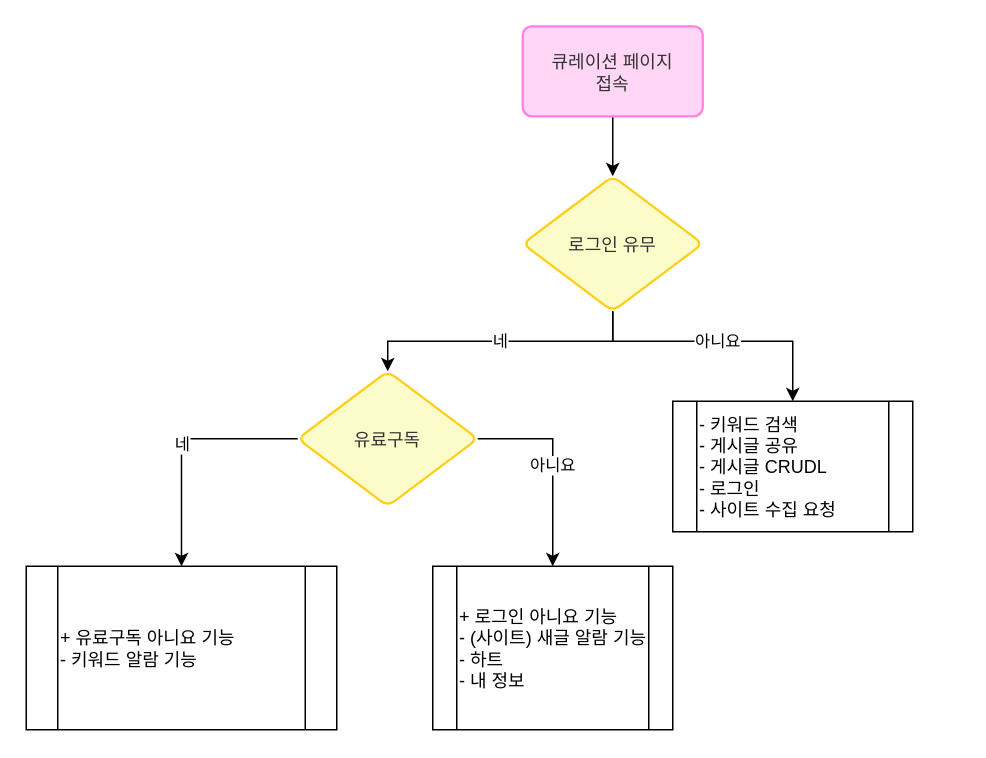
The draw.io diagram page "큐레이션 기능정리" (3 of 3) of famtap-flowchart.drawio in quroom/diagram, before the edit. Source tidied: cells renumbered, new cells numbered last; positions are measured from the earlier drawing's top-left corner, leaving out a move shared by most shapes. Both pictures are drawn from the tidied source at 150%, with x=0, y=0 at pixel (26, 26).
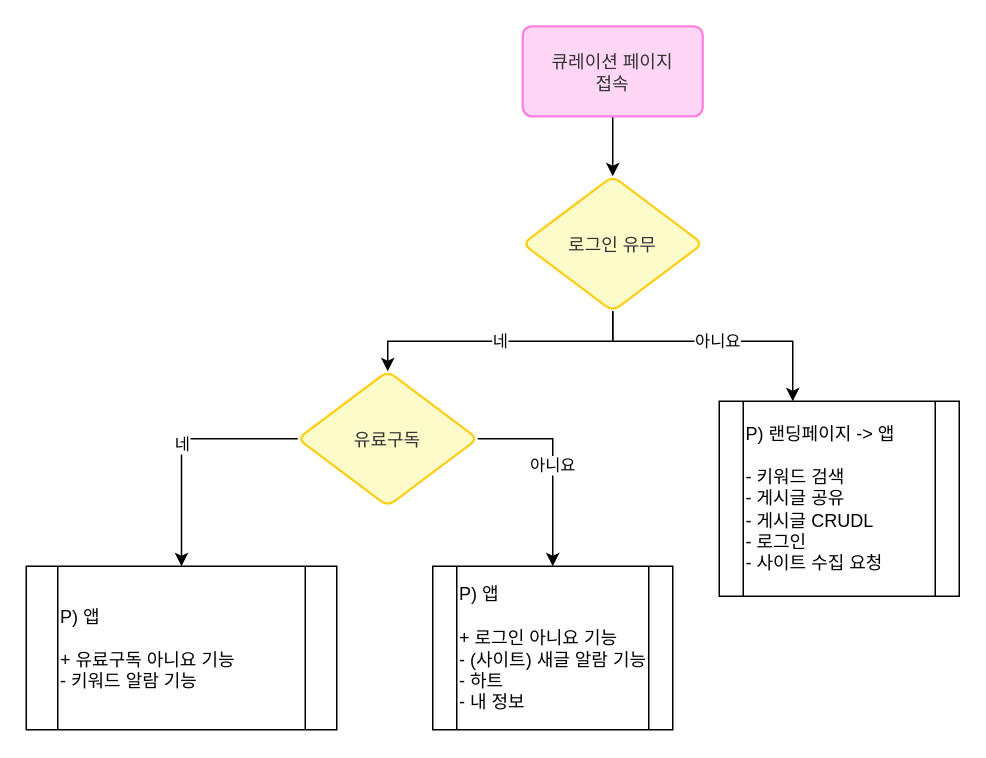
The same page after the edit.

What changed in the source:
```diff
@@
 <mxGraphModel>
   <root>
     <mxCell id="0" />
     <mxCell id="1" parent="0" />
     <mxCell id="2" style="edgeStyle=orthogonalEdgeStyle;rounded=0;jettySize=auto;html=1;" parent="1" edge="1" source="3" target="6">
       <mxGeometry relative="1" as="geometry" />
     </mxCell>
     <mxCell id="3" value="큐레이션 페이지 &lt;br&gt;접속" style="html=1;overflow=block;blockSpacing=1;whiteSpace=wrap;fontSize=12;fontColor=#333333;align=center;spacingLeft=8.4;spacingRight=8.4;spacingTop=2.4;spacing=3.6;strokeColor=#ff80df;strokeOpacity=100;fillOpacity=100;rounded=1;absoluteArcSize=1;arcSize=12;fillColor=#ffd6f5;strokeWidth=1.5;lucidId=WEb_~m_cG89U;" parent="1" vertex="1">
       <mxGeometry x="331" width="120" height="60" as="geometry" />
     </mxCell>
     <mxCell id="4" value="아니요" style="edgeStyle=orthogonalEdgeStyle;rounded=0;jettySize=auto;html=1;" parent="1" edge="1" source="6" target="8">
       <mxGeometry relative="1" as="geometry">
         <Array as="points">
           <mxPoint x="391" y="210" />
           <mxPoint x="511" y="210" />
         </Array>
       </mxGeometry>
     </mxCell>
     <mxCell id="5" value="네" style="edgeStyle=orthogonalEdgeStyle;rounded=0;jettySize=auto;html=1;entryX=0.5;entryY=0;entryDx=0;entryDy=0;" parent="1" edge="1" source="6" target="11">
       <mxGeometry relative="1" as="geometry">
         <Array as="points">
           <mxPoint x="391" y="210" />
           <mxPoint x="241" y="210" />
         </Array>
       </mxGeometry>
     </mxCell>
     <mxCell id="6" value="로그인 유무" style="html=1;overflow=block;blockSpacing=1;whiteSpace=wrap;rhombus;fontSize=12;fontColor=#333333;align=center;spacingLeft=8.4;spacingRight=8.4;spacingTop=2.4;spacing=3.6;strokeColor=#fcce14;strokeOpacity=100;fillOpacity=100;rounded=1;absoluteArcSize=1;arcSize=12;fillColor=#fcfcca;strokeWidth=1.5;lucidId=REb_99ZYc0bC;" parent="1" vertex="1">
       <mxGeometry x="331" y="100" width="120" height="90" as="geometry" />
     </mxCell>
-    <mxCell id="7" value="&lt;div style=&quot;&quot;&gt;+ 로그인 아니요 기능&lt;/div&gt;- (사이트) 새글 알람 기능&lt;div style=&quot;&quot;&gt;- 하트&lt;br&gt;&lt;/div&gt;&lt;div style=&quot;&quot;&gt;- 내 정보&lt;/div&gt;" style="shape=process;whiteSpace=wrap;html=1;backgroundOutline=1;align=left;" parent="1" vertex="1">
+    <mxCell id="7" value="&lt;div style=&quot;&quot;&gt;P) 앱&lt;/div&gt;&lt;div style=&quot;&quot;&gt;&lt;br&gt;&lt;/div&gt;&lt;div style=&quot;&quot;&gt;+ 로그인 아니요 기능&lt;/div&gt;- (사이트) 새글 알람 기능&lt;div style=&quot;&quot;&gt;- 하트&lt;br&gt;&lt;/div&gt;&lt;div style=&quot;&quot;&gt;- 내 정보&lt;/div&gt;" style="shape=process;whiteSpace=wrap;html=1;backgroundOutline=1;align=left;" parent="1" vertex="1">
       <mxGeometry x="271" y="360" width="160" height="109" as="geometry" />
     </mxCell>
-    <mxCell id="8" value="&lt;div style=&quot;&quot;&gt;- 키워드 검색&lt;/div&gt;&lt;div style=&quot;&quot;&gt;- 게시글 공유&lt;/div&gt;&lt;div style=&quot;&quot;&gt;- 게시글 CRUDL&lt;/div&gt;- 로그인&lt;div&gt;- 사이트 수집 요청&lt;/div&gt;" style="shape=process;whiteSpace=wrap;html=1;backgroundOutline=1;align=left;" parent="1" vertex="1">
-      <mxGeometry x="431" y="250" width="160" height="87" as="geometry" />
+    <mxCell id="8" value="&lt;div style=&quot;&quot;&gt;P) 랜딩페이지 -&amp;gt; 앱&lt;br&gt;&lt;br&gt;&lt;/div&gt;&lt;div style=&quot;&quot;&gt;- 키워드 검색&lt;/div&gt;&lt;div style=&quot;&quot;&gt;- 게시글 공유&lt;/div&gt;&lt;div style=&quot;&quot;&gt;- 게시글 CRUDL&lt;/div&gt;- 로그인&lt;div&gt;- 사이트 수집 요청&lt;/div&gt;" style="shape=process;whiteSpace=wrap;html=1;backgroundOutline=1;align=left;" parent="1" vertex="1">
+      <mxGeometry x="462" y="250" width="160" height="130" as="geometry" />
     </mxCell>
     <mxCell id="9" value="아니요" style="edgeStyle=orthogonalEdgeStyle;rounded=0;jettySize=auto;html=1;exitX=1;exitY=0.5;exitDx=0;exitDy=0;entryX=0.5;entryY=0;entryDx=0;entryDy=0;" parent="1" edge="1" source="11" target="7">
       <mxGeometry relative="1" as="geometry" />
     </mxCell>
     <mxCell id="10" value="네" style="edgeStyle=orthogonalEdgeStyle;rounded=0;jettySize=auto;html=1;exitX=0;exitY=0.5;exitDx=0;exitDy=0;" parent="1" edge="1" source="11" target="12">
       <mxGeometry relative="1" as="geometry" />
     </mxCell>
     <mxCell id="11" value="유료구독" style="html=1;overflow=block;blockSpacing=1;whiteSpace=wrap;rhombus;fontSize=12;fontColor=#333333;align=center;spacingLeft=8.4;spacingRight=8.4;spacingTop=2.4;spacing=3.6;strokeColor=#fcce14;strokeOpacity=100;fillOpacity=100;rounded=1;absoluteArcSize=1;arcSize=12;fillColor=#fcfcca;strokeWidth=1.5;lucidId=REb_99ZYc0bC;" parent="1" vertex="1">
       <mxGeometry x="181" y="230" width="120" height="90" as="geometry" />
     </mxCell>
-    <mxCell id="12" value="&lt;div style=&quot;&quot;&gt;+ 유료구독 아니요 기능&lt;/div&gt;&lt;div&gt;- 키워드 알람 기능&lt;/div&gt;" style="shape=process;whiteSpace=wrap;html=1;backgroundOutline=1;align=left;" parent="1" vertex="1">
+    <mxCell id="12" value="&lt;div style=&quot;&quot;&gt;P) 앱&lt;/div&gt;&lt;div style=&quot;&quot;&gt;&lt;br&gt;&lt;/div&gt;&lt;div style=&quot;&quot;&gt;+ 유료구독 아니요 기능&lt;/div&gt;&lt;div&gt;- 키워드 알람 기능&lt;/div&gt;" style="shape=process;whiteSpace=wrap;html=1;backgroundOutline=1;align=left;" parent="1" vertex="1">
       <mxGeometry y="360" width="207" height="109" as="geometry" />
     </mxCell>
   </root>
 </mxGraphModel>
```
